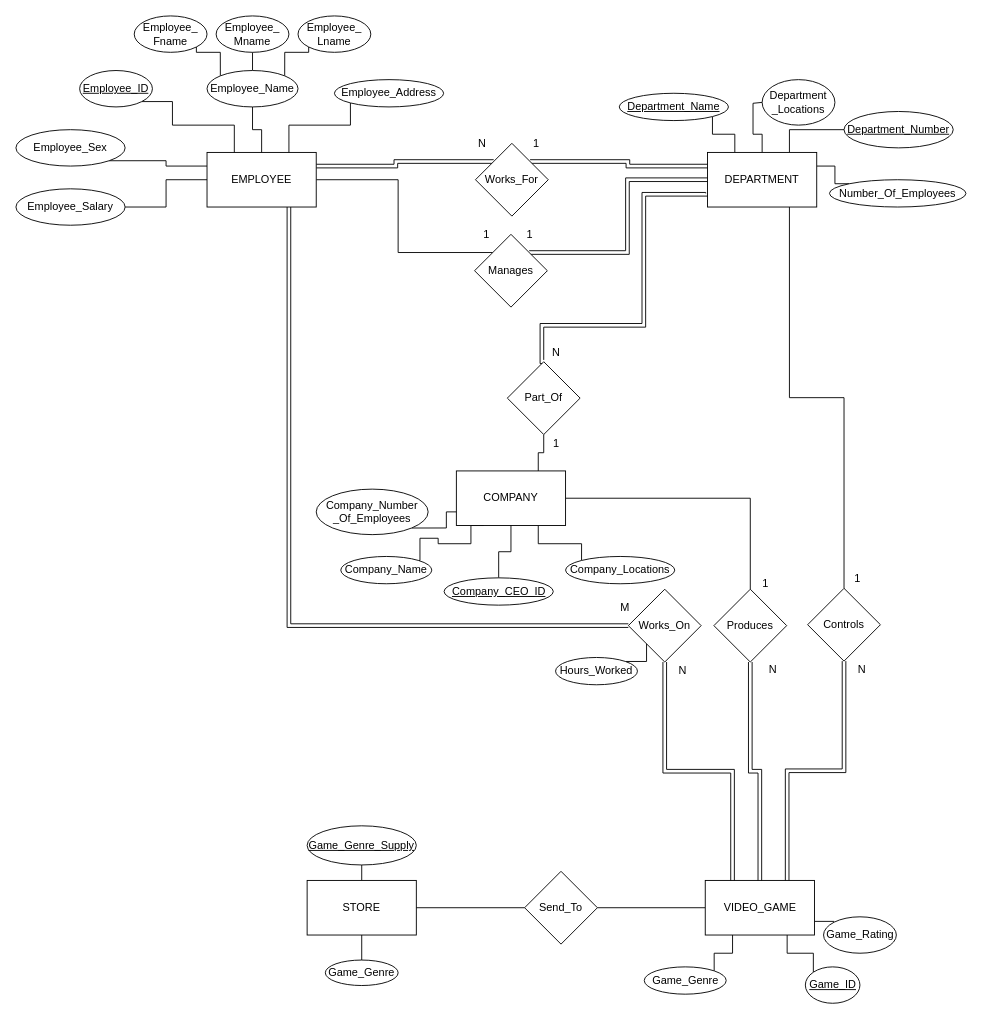
Before: page "ER_Diagram" (1 of 3) of Computer_Science_CS/4700_Database_Management/Database Management Project Enitity Relationship Diagram.drawio in CameronWFox/College_Courses, a draw.io diagram. Source tidied: cells renumbered, new cells numbered last; positions are measured from the earlier drawing's top-left corner, leaving out a move shared by most shapes. Both pictures are drawn from the tidied source at 91%, with x=0, y=0 at pixel (15, 15).
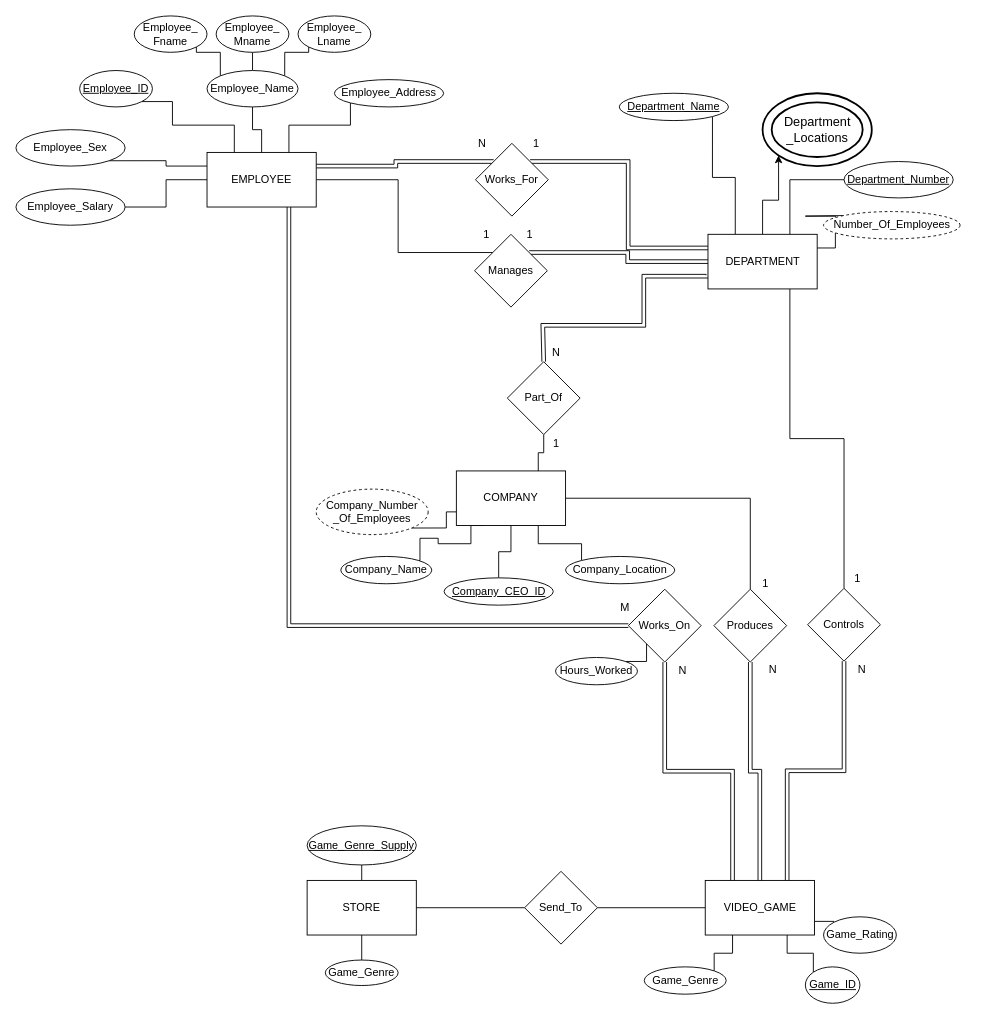
The same page after the edit.

The change refers to these unchanged cells:
```xml
<mxCell id="46" value="Part_Of" style="rhombus;whiteSpace=wrap;html=1;" parent="1" vertex="1">
  <mxGeometry x="540" y="380" width="80" height="80" as="geometry" />
</mxCell>
```

Diff of the diagram source:
```diff
@@
     <mxCell id="10" style="edgeStyle=orthogonalEdgeStyle;rounded=0;jettySize=auto;html=1;exitX=0;exitY=0.75;exitDx=0;exitDy=0;entryX=0.5;entryY=0;entryDx=0;entryDy=0;endArrow=none;endFill=0;shape=link;" parent="1" edge="1" source="16" target="46">
       <mxGeometry relative="1" as="geometry">
         <Array as="points">
-          <mxPoint x="690" y="196" />
+          <mxPoint x="690" y="286" />
           <mxPoint x="690" y="340" />
-          <mxPoint x="578" y="340" />
+          <mxPoint x="579" y="340" />
         </Array>
       </mxGeometry>
     </mxCell>
@@
-    <mxCell id="13" style="edgeStyle=orthogonalEdgeStyle;rounded=0;jettySize=auto;html=1;exitX=0.5;exitY=0;exitDx=0;exitDy=0;entryX=0;entryY=0.5;entryDx=0;entryDy=0;endArrow=none;endFill=0;" parent="1" edge="1" source="16" target="32">
-      <mxGeometry relative="1" as="geometry">
-        <Array as="points">
-          <mxPoint x="820" y="130" />
-          <mxPoint x="810" y="130" />
-          <mxPoint x="810" y="96" />
-        </Array>
-      </mxGeometry>
-    </mxCell>
@@
+    <mxCell id="13" style="edgeStyle=orthogonalEdgeStyle;rounded=0;jettySize=auto;html=1;exitX=0.5;exitY=0;exitDx=0;exitDy=0;entryX=0;entryY=1;entryDx=0;entryDy=0;" parent="1" edge="1" source="16" target="32">
+      <mxGeometry relative="1" as="geometry" />
+    </mxCell>
     <mxCell id="16" value="DEPARTMENT" style="rounded=0;whiteSpace=wrap;html=1;" parent="1" vertex="1">
-      <mxGeometry x="760" y="150" width="120" height="60" as="geometry" />
+      <mxGeometry x="760.5" y="240" width="120" height="60" as="geometry" />
     </mxCell>
@@
-    <mxCell id="32" value="Department&lt;br&gt;_Locations" style="ellipse;whiteSpace=wrap;html=1;" parent="1" vertex="1">
-      <mxGeometry x="820" y="70" width="80" height="50" as="geometry" />
-    </mxCell>
@@
     <mxCell id="47" value="Department_Number" style="ellipse;whiteSpace=wrap;html=1;fontStyle=4;" parent="1" vertex="1">
-      <mxGeometry x="910" y="105" width="120" height="40" as="geometry" />
+      <mxGeometry x="910" y="160" width="120" height="40" as="geometry" />
     </mxCell>
@@
-    <mxCell id="49" value="Company_Locations" style="ellipse;whiteSpace=wrap;html=1;" parent="1" vertex="1">
+    <mxCell id="49" value="Company_Location" style="ellipse;whiteSpace=wrap;html=1;" parent="1" vertex="1">
       <mxGeometry x="604" y="594" width="120" height="30" as="geometry" />
     </mxCell>
@@
-    <mxCell id="56" value="Number_Of_Employees" style="ellipse;whiteSpace=wrap;html=1;" parent="1" vertex="1">
-      <mxGeometry x="894" y="180" width="150" height="30" as="geometry" />
+    <mxCell id="56" value="Number_Of_Employees" style="ellipse;whiteSpace=wrap;html=1;dashed=1;" parent="1" vertex="1">
+      <mxGeometry x="887.5" y="215" width="150" height="30" as="geometry" />
     </mxCell>
@@
-    <mxCell id="69" value="Company_Number&lt;br&gt;_Of_Employees" style="ellipse;whiteSpace=wrap;html=1;" parent="1" vertex="1">
+    <mxCell id="69" value="Company_Number&lt;br&gt;_Of_Employees" style="ellipse;whiteSpace=wrap;html=1;dashed=1;" parent="1" vertex="1">
       <mxGeometry x="330" y="520" width="123" height="50" as="geometry" />
     </mxCell>
@@
+    <mxCell id="32" value="Department&lt;br&gt;_Locations" style="ellipse;shape=doubleEllipse;margin=10;strokeWidth=2;fontSize=14;whiteSpace=wrap;html=1;align=center;" parent="1" vertex="1">
+      <mxGeometry x="820.5" y="85" width="120" height="80" as="geometry" />
+    </mxCell>
```
